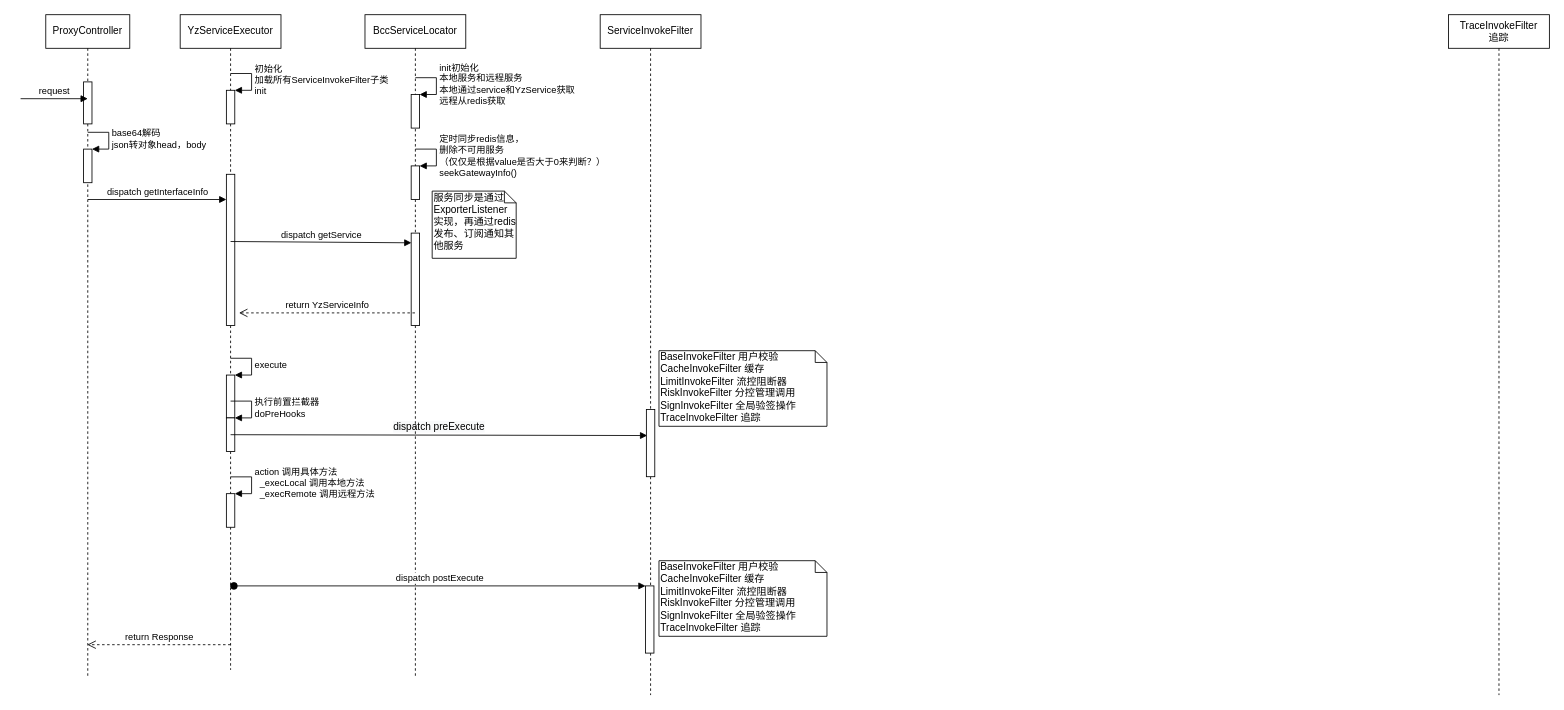
This is proxy.drawio from Cocozc/UML, a draw.io file, before an edit. Source tidied: cells renumbered, new cells numbered last; positions are measured from the earlier drawing's top-left corner, leaving out a move shared by most shapes. Both pictures are drawn from the tidied source at 84%, with x=0, y=0 at pixel (20, 14).
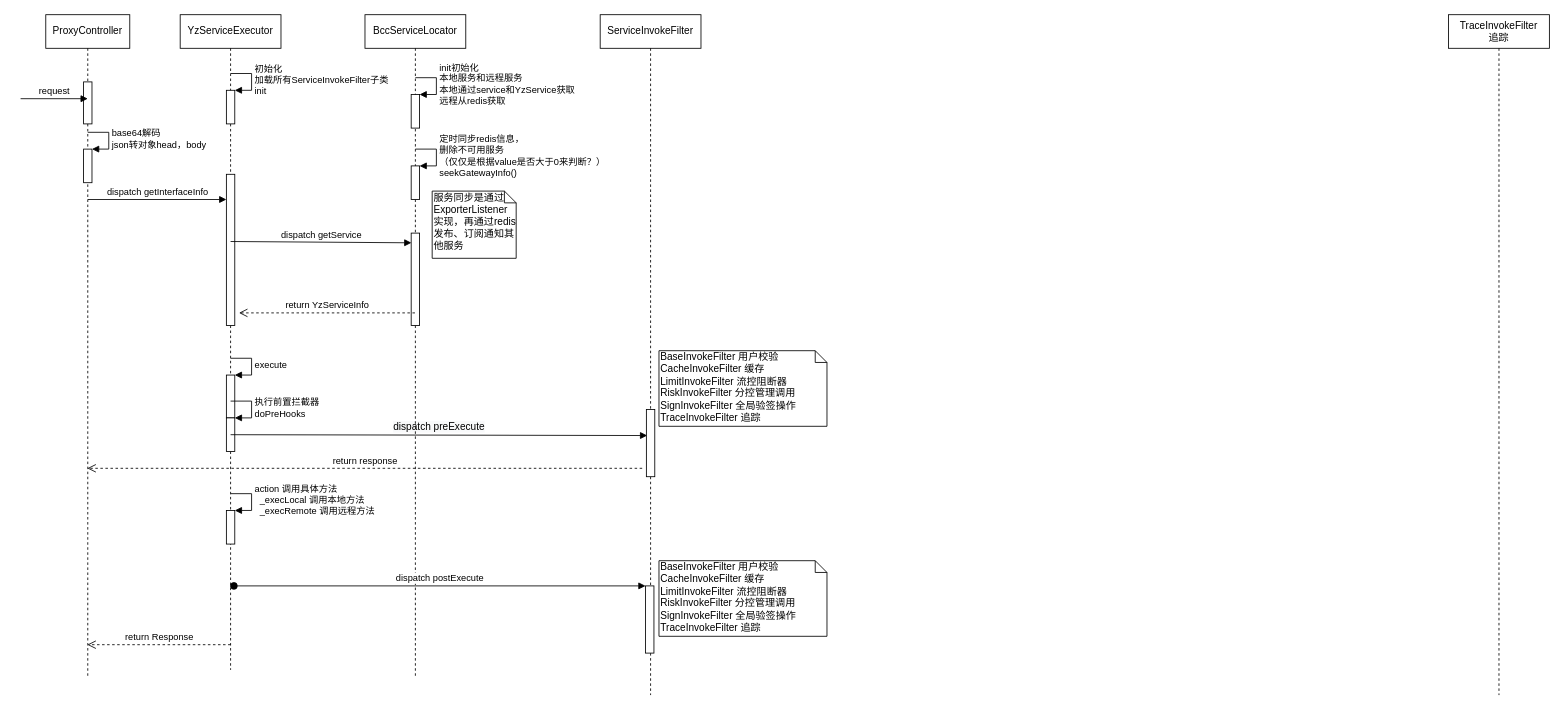
The same diagram, later.

Unchanged cells that the change refers to:
```xml
<mxCell id="2" value="ProxyController" style="shape=umlLifeline;perimeter=lifelinePerimeter;whiteSpace=wrap;html=1;outlineConnect=0;" parent="1" vertex="1">
  <mxGeometry x="30" width="100" height="790" as="geometry" />
</mxCell>
<mxCell id="7" value="YzServiceExecutor" style="shape=umlLifeline;perimeter=lifelinePerimeter;whiteSpace=wrap;html=1;" parent="1" vertex="1">
  <mxGeometry x="190" width="120" height="780" as="geometry" />
</mxCell>
```

Diff of the diagram source:
```diff
@@
     <mxCell id="14" style="html=1;points=[];perimeter=orthogonalPerimeter;" parent="7" vertex="1">
-      <mxGeometry x="55" y="570.2" width="10" height="40" as="geometry" />
+      <mxGeometry x="55" y="590.2" width="10" height="40" as="geometry" />
     </mxCell>
     <mxCell id="15" value="action 调用具体方法&lt;br&gt;&lt;span style=&quot;font-size: 11px&quot;&gt;&amp;nbsp; _execLocal 调用本地方法&lt;/span&gt;&lt;br&gt;&lt;span style=&quot;font-size: 11px&quot;&gt;&amp;nbsp; _execRemote 调用远程方法&lt;/span&gt;" style="edgeStyle=orthogonalEdgeStyle;html=1;align=left;spacingLeft=2;endArrow=block;rounded=0;entryX=1;entryY=0;" parent="7" edge="1" target="14">
       <mxGeometry relative="1" as="geometry">
-        <mxPoint x="60" y="550.2" as="sourcePoint" />
+        <mxPoint x="60" y="570.2" as="sourcePoint" />
         <Array as="points">
-          <mxPoint x="85" y="550.2" />
+          <mxPoint x="85" y="570.2" />
         </Array>
       </mxGeometry>
     </mxCell>
@@
+    <mxCell id="36" value="return response" style="html=1;verticalAlign=bottom;endArrow=open;dashed=1;endSize=8;" parent="1" edge="1" target="2">
+      <mxGeometry relative="1" as="geometry">
+        <mxPoint x="740" y="540" as="sourcePoint" />
+      </mxGeometry>
+    </mxCell>
```
